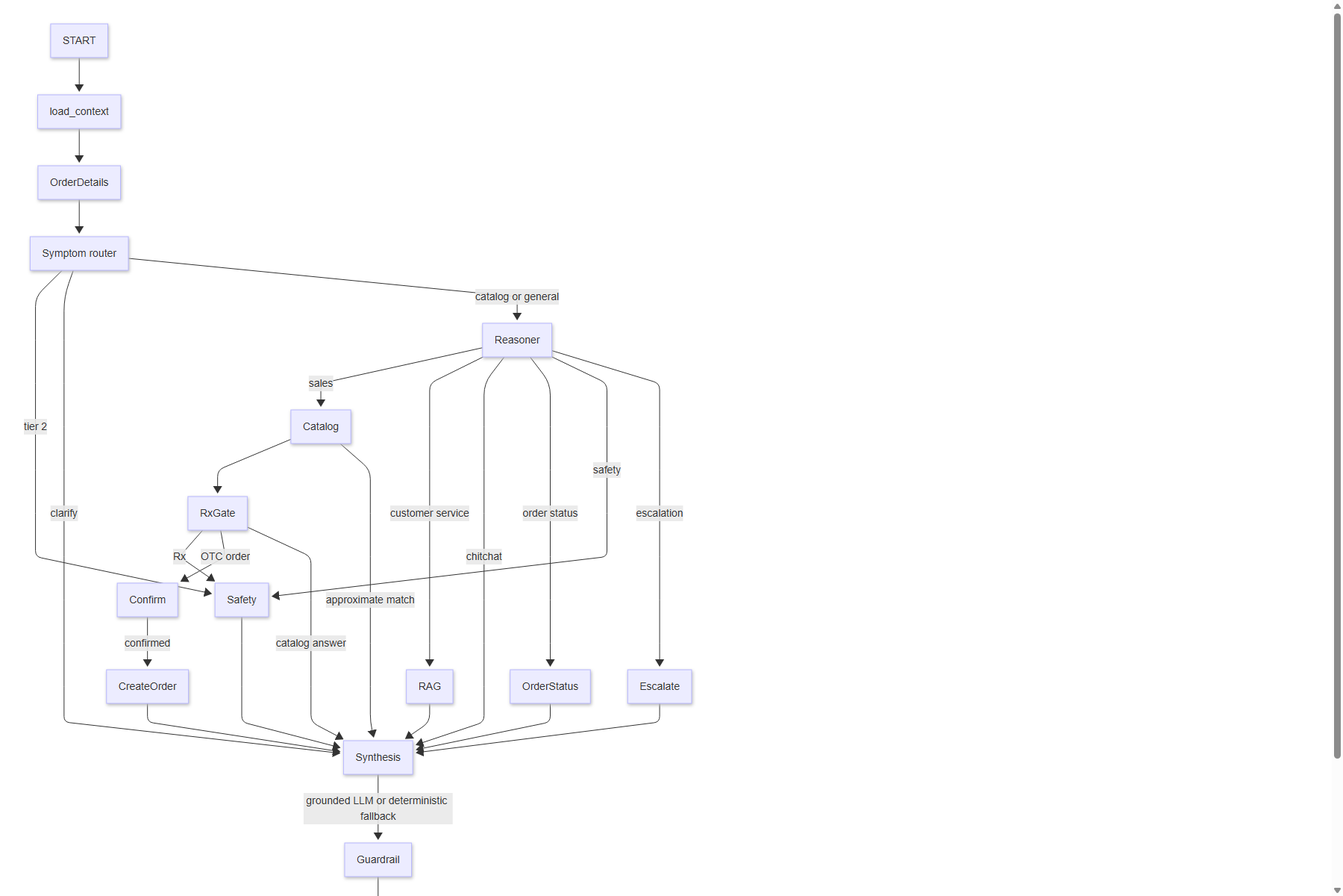
The Mermaid diagram docs/diagrams/langgraph.png in RowanFayez/ShifaPharmacy_AISales_CustomerServiceAgent, before a commit. Its source is kept beside it as docs/diagrams/langgraph.mmd.
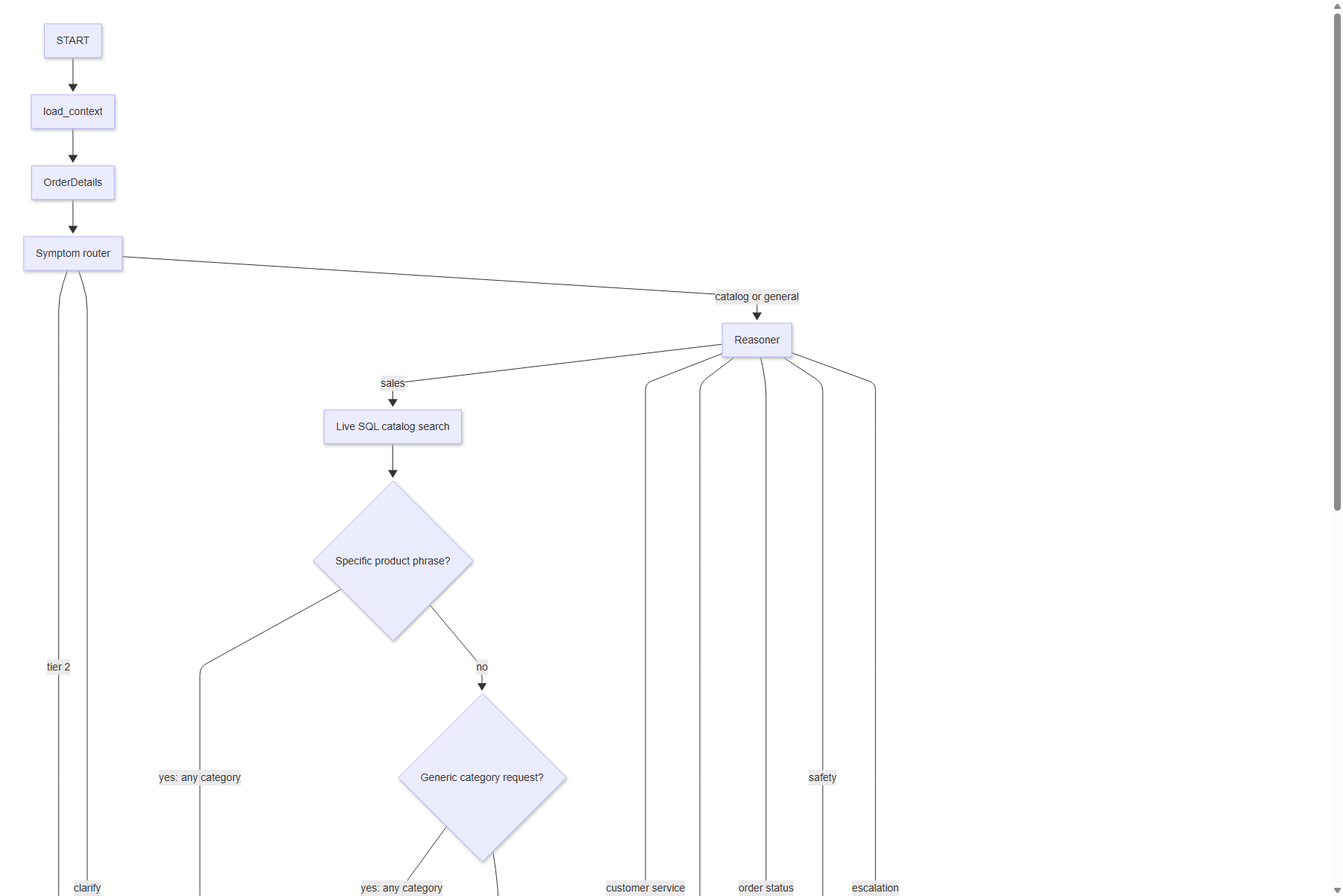
After the commit.

Commit message:
Refine flowcharts for product search and order processing, enhancing clarity on specific and generic product handling

What changed in the source:
```diff
@@ -4,9 +4,11 @@
   Symptoms -->|clarify| Synthesis
   Symptoms -->|catalog or general| Reasoner
   Reasoner -->|sales| Catalog[Live SQL catalog search]
-  Catalog -->|specific product exact match| ProductResult[Requested product facts]
-  Catalog -->|generic category request| CategoryResult[Category products]
-  Catalog -->|no exact match| Approx[Nearby alternatives, not orderable]
+  Catalog --> Specific{Specific product phrase?}
+  Specific -->|yes: any category| ProductResult[Requested product facts: price + stock]
+  Specific -->|no| Generic{Generic category request?}
+  Generic -->|yes: any category| CategoryResult[Category products]
+  Generic -->|no| Approx[Nearby alternatives, not orderable]
   ProductResult --> RxGate
   CategoryResult --> RxGate
   RxGate -->|Rx| Safety
```
